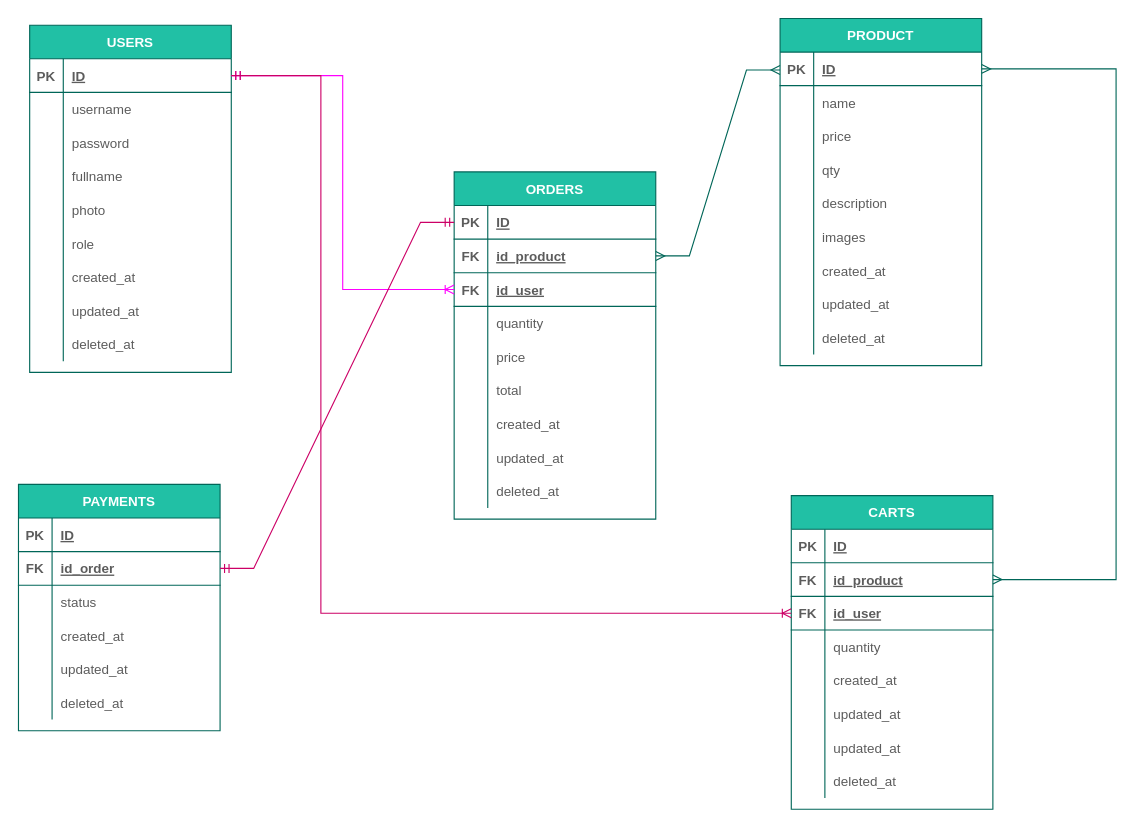
Before: erd/ecommerce.drawio in Project3-Golang/commerce-app, a draw.io diagram. Source tidied: cells renumbered, new cells numbered last; positions are measured from the earlier drawing's top-left corner, leaving out a move shared by most shapes. Both pictures are drawn from the tidied source at 112%, with x=0, y=0 at pixel (18, 18).
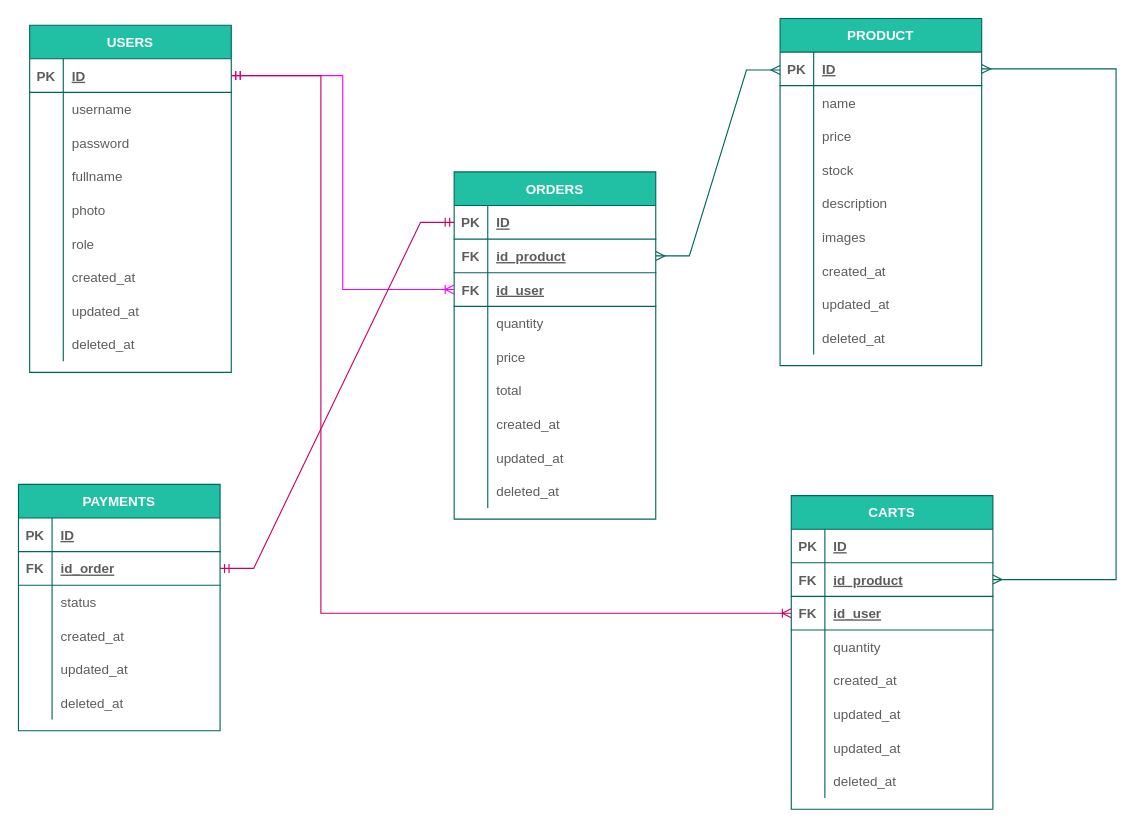
After the change.

The change refers to these unchanged cells:
```xml
<mxCell id="12" style="shape=tableRow;horizontal=0;startSize=0;swimlaneHead=0;swimlaneBody=0;fillColor=none;top=0;left=0;right=0;bottom=0;strokeColor=#006658;fontColor=#5C5C5C;" parent="2" vertex="1">
  <mxGeometry y="120" width="180" height="30" as="geometry" />
</mxCell>
```

What changed in the source:
```diff
@@
-    <mxCell id="14" value="qty" style="shape=partialRectangle;fillColor=none;top=0;left=0;bottom=0;right=0;align=left;spacingLeft=6;overflow=hidden;strokeColor=#006658;fontColor=#5C5C5C;" parent="12" vertex="1">
+    <mxCell id="14" value="stock" style="shape=partialRectangle;fillColor=none;top=0;left=0;bottom=0;right=0;align=left;spacingLeft=6;overflow=hidden;strokeColor=#006658;fontColor=#5C5C5C;" parent="12" vertex="1">
       <mxGeometry x="30" width="150" height="30" as="geometry" />
     </mxCell>
```
